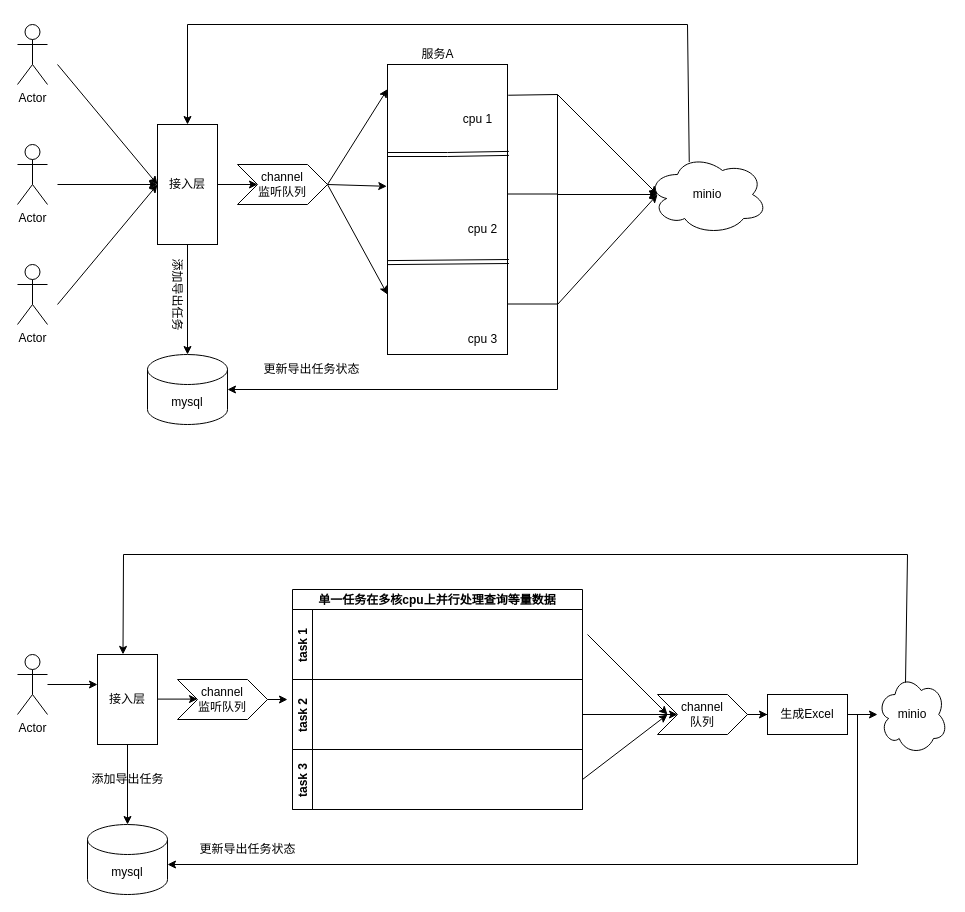
aganc/learngit keeps this draw.io diagram as page "第 1 页" (1 of 3) of 未命名绘图.drawio. Above is the earlier version. Source tidied: cells renumbered, new cells numbered last; positions are measured from the earlier drawing's top-left corner, leaving out a move shared by most shapes. Both pictures are drawn from the tidied source at 100%, with x=0, y=0 at pixel (17, 24).
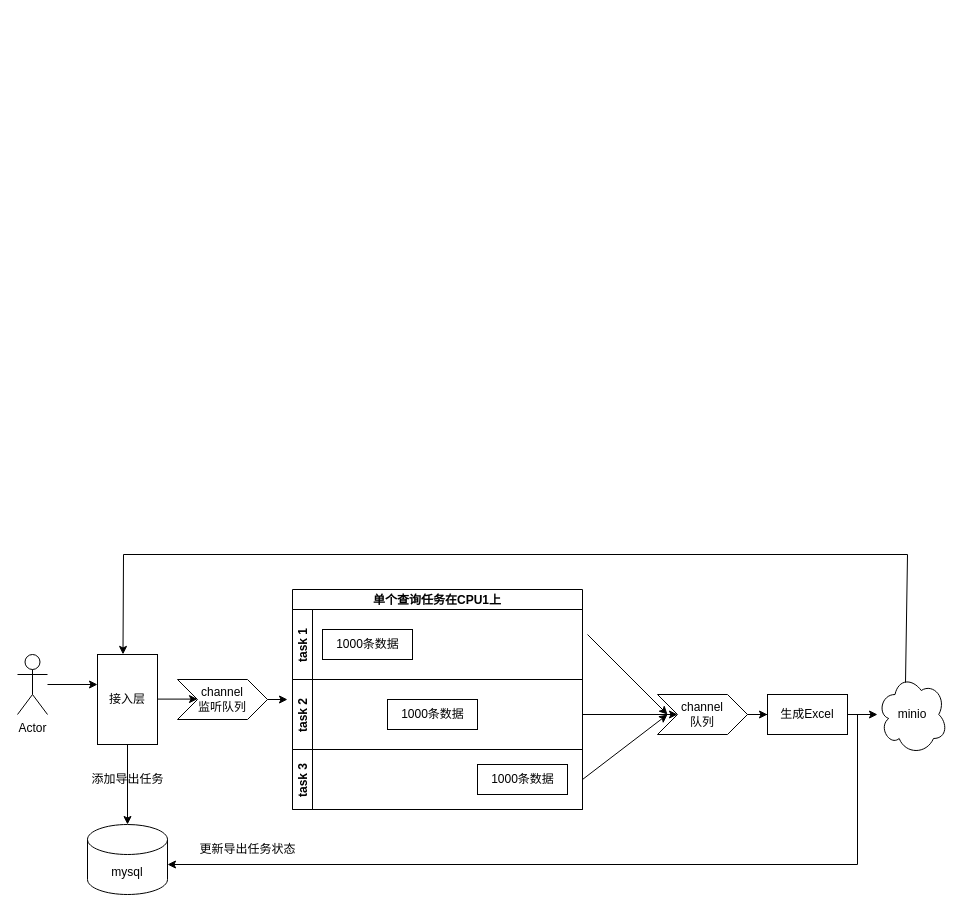
The same page after the edit.

Unchanged cells that the change refers to:
```xml
<mxCell id="44" value="task 1" style="swimlane;startSize=20;horizontal=0;" parent="43" vertex="1">
  <mxGeometry y="20" width="290" height="70" as="geometry" />
</mxCell>
<mxCell id="45" value="task 2" style="swimlane;startSize=20;horizontal=0;" parent="43" vertex="1">
  <mxGeometry y="90" width="290" height="70" as="geometry" />
</mxCell>
<mxCell id="46" value="task 3" style="swimlane;startSize=20;horizontal=0;" parent="43" vertex="1">
  <mxGeometry y="160" width="290" height="60" as="geometry" />
</mxCell>
```

Diff of the diagram source:
```diff
@@
-    <mxCell id="2" value="Actor" style="shape=umlActor;verticalLabelPosition=bottom;verticalAlign=top;html=1;" parent="1" vertex="1">
-      <mxGeometry width="30" height="60" as="geometry" />
-    </mxCell>
-    <mxCell id="3" value="Actor" style="shape=umlActor;verticalLabelPosition=bottom;verticalAlign=top;html=1;" parent="1" vertex="1">
-      <mxGeometry y="120" width="30" height="60" as="geometry" />
-    </mxCell>
-    <mxCell id="4" value="Actor" style="shape=umlActor;verticalLabelPosition=bottom;verticalAlign=top;html=1;" parent="1" vertex="1">
-      <mxGeometry y="240" width="30" height="60" as="geometry" />
-    </mxCell>
-    <mxCell id="5" style="endArrow=classic;html=1;rounded=0;" parent="1" edge="1">
-      <mxGeometry relative="1" as="geometry">
-        <mxPoint x="40" y="40" as="sourcePoint" />
-        <mxPoint x="140" y="160" as="targetPoint" />
-      </mxGeometry>
-    </mxCell>
-    <mxCell id="6" style="endArrow=classic;html=1;rounded=0;" parent="1" edge="1">
-      <mxGeometry relative="1" as="geometry">
-        <mxPoint x="40" y="160" as="sourcePoint" />
-        <mxPoint x="140" y="160" as="targetPoint" />
-      </mxGeometry>
-    </mxCell>
-    <mxCell id="7" style="endArrow=classic;html=1;rounded=0;" parent="1" edge="1">
-      <mxGeometry relative="1" as="geometry">
-        <mxPoint x="40" y="280" as="sourcePoint" />
-        <mxPoint x="140" y="160" as="targetPoint" />
-      </mxGeometry>
-    </mxCell>
-    <mxCell id="8" value="接入层" style="rounded=0;whiteSpace=wrap;html=1;direction=south;" parent="1" vertex="1">
-      <mxGeometry x="140" y="100" width="60" height="120" as="geometry" />
-    </mxCell>
-    <mxCell id="9" style="endArrow=classic;html=1;rounded=0;exitX=1;exitY=0.5;exitDx=0;exitDy=0;" parent="1" edge="1" source="8" target="10">
-      <mxGeometry relative="1" as="geometry" />
-    </mxCell>
-    <mxCell id="10" value="mysql" style="shape=cylinder3;whiteSpace=wrap;html=1;boundedLbl=1;backgroundOutline=1;size=15;" parent="1" vertex="1">
-      <mxGeometry x="130" y="330" width="80" height="70" as="geometry" />
-    </mxCell>
-    <mxCell id="11" style="rounded=0;whiteSpace=wrap;html=1;" parent="1" vertex="1">
-      <mxGeometry x="370" y="40" width="120" height="290" as="geometry" />
-    </mxCell>
-    <mxCell id="12" style="endArrow=classic;html=1;rounded=0;entryX=1;entryY=0.5;entryDx=0;entryDy=0;entryPerimeter=0;" parent="1" edge="1" target="10">
-      <mxGeometry relative="1" as="geometry">
-        <mxPoint x="540" y="355" as="sourcePoint" />
-        <Array as="points">
-          <mxPoint x="540" y="365" />
-        </Array>
-      </mxGeometry>
-    </mxCell>
-    <mxCell id="13" style="endArrow=none;html=1;rounded=0;exitX=1.006;exitY=0.106;exitDx=0;exitDy=0;exitPerimeter=0;" parent="1" edge="1" source="11">
-      <mxGeometry relative="1" as="geometry">
-        <mxPoint x="540" y="70" as="targetPoint" />
-      </mxGeometry>
-    </mxCell>
-    <mxCell id="14" style="endArrow=none;html=1;rounded=0;exitX=1;exitY=0.5;exitDx=0;exitDy=0;" parent="1" edge="1">
-      <mxGeometry relative="1" as="geometry">
-        <mxPoint x="490" y="169.5" as="sourcePoint" />
-        <mxPoint x="540" y="169.5" as="targetPoint" />
-      </mxGeometry>
-    </mxCell>
-    <mxCell id="15" style="endArrow=none;html=1;rounded=0;exitX=1;exitY=0.5;exitDx=0;exitDy=0;" parent="1" edge="1">
-      <mxGeometry relative="1" as="geometry">
-        <mxPoint x="490" y="279.5" as="sourcePoint" />
-        <mxPoint x="540" y="279.5" as="targetPoint" />
-      </mxGeometry>
-    </mxCell>
-    <mxCell id="16" style="endArrow=none;html=1;rounded=0;" parent="1" edge="1">
-      <mxGeometry relative="1" as="geometry">
-        <mxPoint x="540" y="360" as="sourcePoint" />
-        <mxPoint x="540" y="70" as="targetPoint" />
-      </mxGeometry>
-    </mxCell>
-    <mxCell id="17" style="endArrow=classic;html=1;rounded=0;" parent="1" edge="1">
-      <mxGeometry relative="1" as="geometry">
-        <mxPoint x="540" y="70" as="sourcePoint" />
-        <mxPoint x="640" y="170" as="targetPoint" />
-      </mxGeometry>
-    </mxCell>
-    <mxCell id="18" style="endArrow=classic;html=1;rounded=0;" parent="1" edge="1">
-      <mxGeometry relative="1" as="geometry">
-        <mxPoint x="540" y="170" as="sourcePoint" />
-        <mxPoint x="640" y="170" as="targetPoint" />
-      </mxGeometry>
-    </mxCell>
-    <mxCell id="19" style="endArrow=classic;html=1;rounded=0;" parent="1" edge="1">
-      <mxGeometry relative="1" as="geometry">
-        <mxPoint x="540" y="280" as="sourcePoint" />
-        <mxPoint x="640" y="170" as="targetPoint" />
-      </mxGeometry>
-    </mxCell>
-    <mxCell id="20" style="endArrow=classic;html=1;rounded=0;exitX=0.348;exitY=0.094;exitDx=0;exitDy=0;exitPerimeter=0;entryX=0;entryY=0.5;entryDx=0;entryDy=0;" parent="1" edge="1" source="26" target="8">
-      <mxGeometry relative="1" as="geometry">
-        <Array as="points">
-          <mxPoint x="670" />
-          <mxPoint x="170" />
-        </Array>
-      </mxGeometry>
-    </mxCell>
-    <mxCell id="21" style="endArrow=classic;html=1;rounded=0;entryX=0;entryY=0.5;entryDx=0;entryDy=0;" parent="1" edge="1" target="22">
-      <mxGeometry relative="1" as="geometry">
-        <mxPoint x="200" y="160" as="sourcePoint" />
-      </mxGeometry>
-    </mxCell>
-    <mxCell id="22" value="channel&lt;br&gt;监听队列" style="shape=step;perimeter=stepPerimeter;whiteSpace=wrap;html=1;fixedSize=1;" parent="1" vertex="1">
-      <mxGeometry x="220" y="140" width="90" height="40" as="geometry" />
-    </mxCell>
-    <mxCell id="23" style="endArrow=classic;html=1;rounded=0;entryX=0;entryY=0.085;entryDx=0;entryDy=0;exitX=1;exitY=0.5;exitDx=0;exitDy=0;entryPerimeter=0;" parent="1" edge="1" source="22" target="11">
-      <mxGeometry relative="1" as="geometry" />
-    </mxCell>
-    <mxCell id="24" style="endArrow=classic;html=1;rounded=0;exitX=1;exitY=0.5;exitDx=0;exitDy=0;entryX=-0.006;entryY=0.42;entryDx=0;entryDy=0;entryPerimeter=0;" parent="1" edge="1" source="22" target="11">
-      <mxGeometry relative="1" as="geometry" />
-    </mxCell>
-    <mxCell id="25" style="endArrow=classic;html=1;rounded=0;exitX=1;exitY=0.5;exitDx=0;exitDy=0;entryX=0;entryY=0.5;entryDx=0;entryDy=0;" parent="1" edge="1" source="22">
-      <mxGeometry relative="1" as="geometry">
-        <mxPoint x="370" y="270" as="targetPoint" />
-      </mxGeometry>
-    </mxCell>
-    <mxCell id="26" value="minio" style="ellipse;shape=cloud;whiteSpace=wrap;html=1;" parent="1" vertex="1">
-      <mxGeometry x="630" y="130" width="120" height="80" as="geometry" />
-    </mxCell>
-    <mxCell id="27" style="shape=link;html=1;rounded=0;entryX=1.012;entryY=0.272;entryDx=0;entryDy=0;entryPerimeter=0;" parent="1" edge="1">
-      <mxGeometry relative="1" as="geometry">
-        <mxPoint x="370" y="130" as="sourcePoint" />
-        <mxPoint x="491.4" y="128.9" as="targetPoint" />
-        <Array as="points">
-          <mxPoint x="430" y="130" />
-        </Array>
-      </mxGeometry>
-    </mxCell>
-    <mxCell id="28" style="shape=link;html=1;rounded=0;entryX=1.012;entryY=0.272;entryDx=0;entryDy=0;entryPerimeter=0;" parent="1" edge="1">
-      <mxGeometry relative="1" as="geometry">
-        <mxPoint x="370" y="238.1" as="sourcePoint" />
-        <mxPoint x="491.4" y="237" as="targetPoint" />
-      </mxGeometry>
-    </mxCell>
-    <mxCell id="29" value="服务A" style="text;html=1;align=center;verticalAlign=middle;fillColor=none;strokeColor=none;rounded=0;" parent="1" vertex="1">
-      <mxGeometry x="390" y="15" width="60" height="30" as="geometry" />
-    </mxCell>
-    <mxCell id="30" value="cpu 1" style="text;html=1;align=center;verticalAlign=middle;fillColor=none;strokeColor=none;rounded=0;" parent="1" vertex="1">
-      <mxGeometry x="435" y="80" width="50" height="30" as="geometry" />
-    </mxCell>
-    <mxCell id="31" value="cpu 2" style="text;html=1;align=center;verticalAlign=middle;fillColor=none;strokeColor=none;rounded=0;" parent="1" vertex="1">
-      <mxGeometry x="440" y="190" width="50" height="30" as="geometry" />
-    </mxCell>
-    <mxCell id="32" value="cpu 3" style="text;html=1;align=center;verticalAlign=middle;fillColor=none;strokeColor=none;rounded=0;" parent="1" vertex="1">
-      <mxGeometry x="440" y="300" width="50" height="30" as="geometry" />
-    </mxCell>
-    <mxCell id="33" value="更新导出任务状态" style="text;html=1;align=center;verticalAlign=middle;fillColor=none;strokeColor=none;rounded=0;" parent="1" vertex="1">
-      <mxGeometry x="234" y="330" width="120" height="30" as="geometry" />
-    </mxCell>
-    <mxCell id="34" value="添加导出任务" style="text;html=1;align=center;verticalAlign=middle;fillColor=none;strokeColor=none;rounded=0;rotation=90;" parent="1" vertex="1">
-      <mxGeometry x="110" y="255" width="100" height="30" as="geometry" />
-    </mxCell>
@@
-    <mxCell id="43" value="单一任务在多核cpu上并行处理查询等量数据" style="swimlane;horizontal=1;startSize=20;" parent="1" vertex="1">
+    <mxCell id="43" value="单个查询任务在CPU1上" style="swimlane;horizontal=1;startSize=20;" parent="1" vertex="1">
       <mxGeometry x="275" y="565" width="290" height="220" as="geometry" />
     </mxCell>
@@
+    <mxCell id="59" value="1000条数据" style="text;html=1;align=center;verticalAlign=middle;strokeColor=default;fillColor=none;" parent="44" vertex="1">
+      <mxGeometry x="30" y="20" width="90" height="30" as="geometry" />
+    </mxCell>
@@
+    <mxCell id="60" value="1000条数据" style="text;html=1;align=center;verticalAlign=middle;strokeColor=default;fillColor=none;" parent="45" vertex="1">
+      <mxGeometry x="95" y="20" width="90" height="30" as="geometry" />
+    </mxCell>
@@
+    <mxCell id="61" value="1000条数据" style="text;html=1;align=center;verticalAlign=middle;strokeColor=default;fillColor=none;" parent="46" vertex="1">
+      <mxGeometry x="185" y="15" width="90" height="30" as="geometry" />
+    </mxCell>
```
